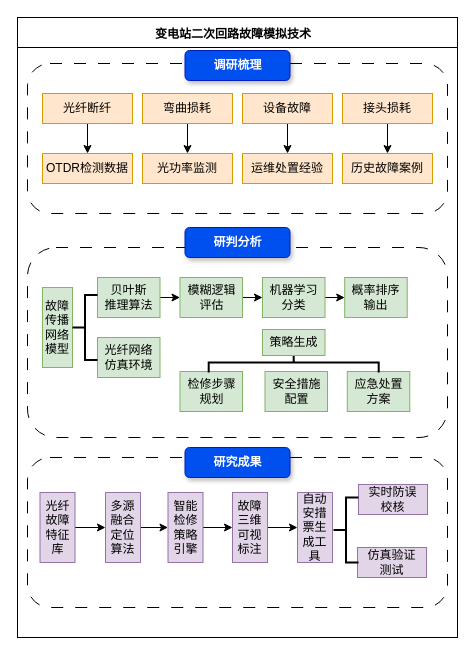
The draw.io diagram 技术路线框图2.drawio in ofjosfre/drawio-backup, before the edit. Source tidied: cells renumbered, new cells numbered last; positions are measured from the earlier drawing's top-left corner, leaving out a move shared by most shapes. Both pictures are drawn from the tidied source at 100%, with x=0, y=0 at pixel (-73, 20).
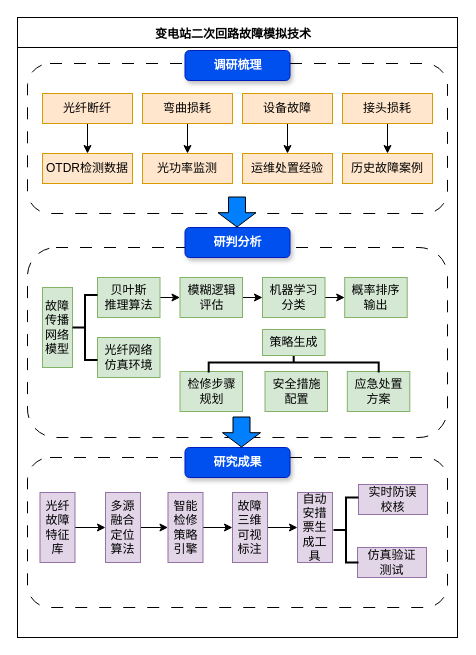
The same diagram, later.

Commit message:
更新技术路线框图2.drawio

What changed in the source:
```diff
@@
+    <mxCell id="50" style="shape=flexArrow;endArrow=classic;html=1;rounded=0;fillColor=#007FFF;fillStyle=solid;width=17;endSize=4.44;" parent="1" edge="1">
+      <mxGeometry relative="1" as="geometry">
+        <mxPoint x="309.5" y="176" as="sourcePoint" />
+        <mxPoint x="309.5" y="207" as="targetPoint" />
+      </mxGeometry>
+    </mxCell>
+    <mxCell id="51" style="shape=flexArrow;endArrow=classic;html=1;rounded=0;fillColor=#007FFF;fillStyle=solid;width=17;endSize=4.44;" parent="1" edge="1">
+      <mxGeometry relative="1" as="geometry">
+        <mxPoint x="314" y="396" as="sourcePoint" />
+        <mxPoint x="314" y="427" as="targetPoint" />
+      </mxGeometry>
+    </mxCell>
```
